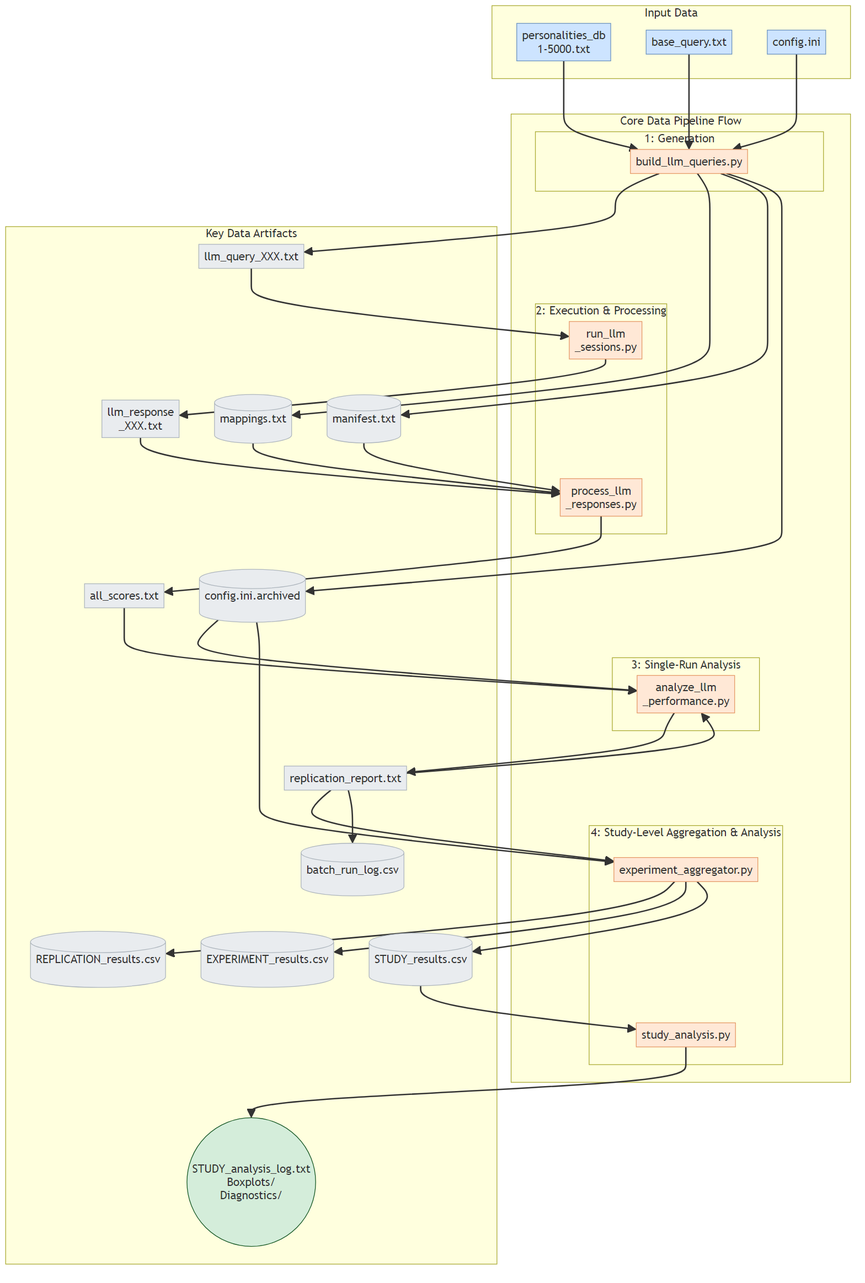
Earlier version of the Mermaid export docs/images/architecture_data_flow.png (peterjmarko/llm-narrative-framework). Its source is kept beside it as docs/diagrams/architecture_data_flow.mmd.
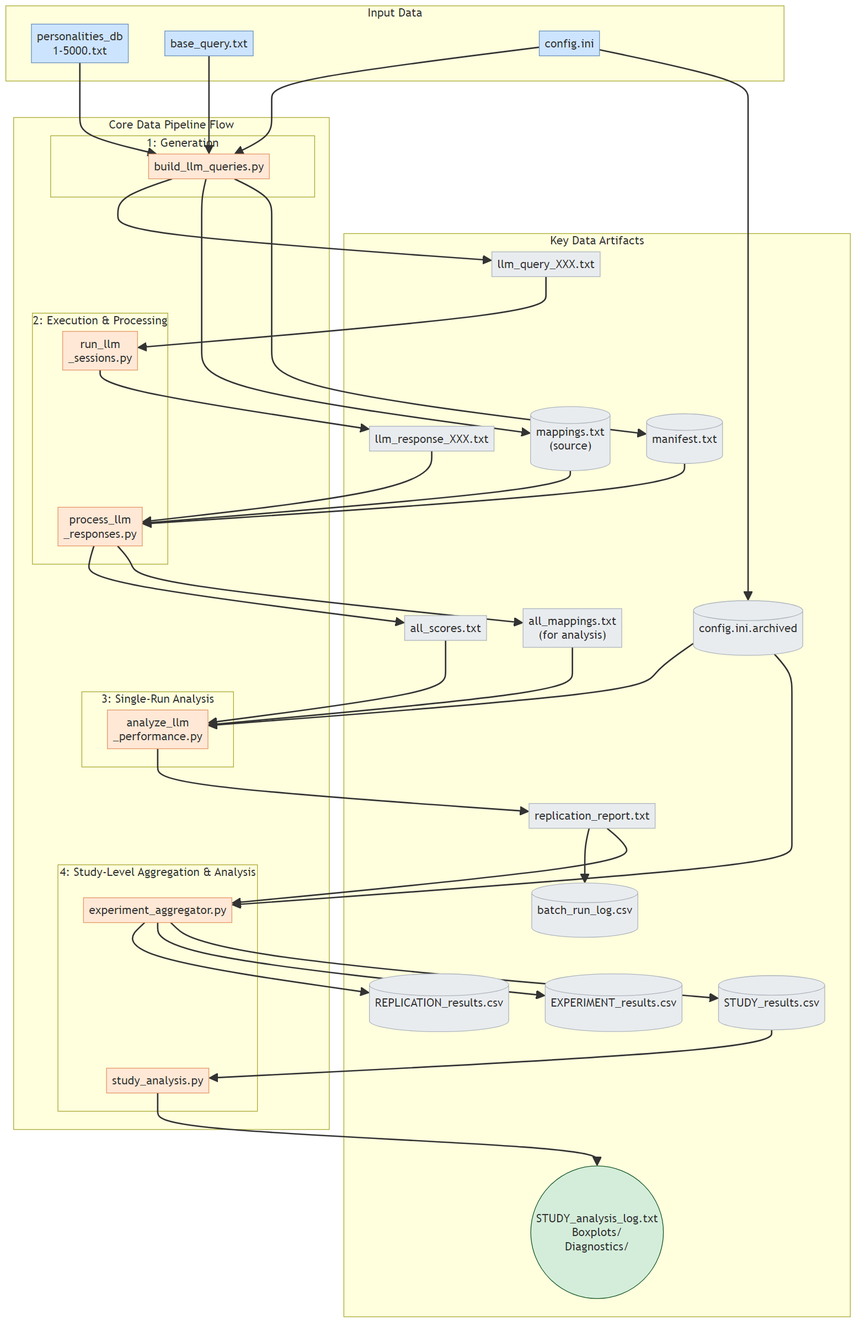
Above is the later version.

What changed in the source:
```diff
@@ -28,10 +28,11 @@
         direction LR
         Art1_archive[("config.ini.archived")]:::artifact
         Art1_query["llm_query_XXX.txt"]:::artifact
-        Art1_mappings[("mappings.txt")]:::artifact
+        Art1_mappings_src[("mappings.txt<br/>(source)")]:::artifact
         Art1_manifest[("manifest.txt")]:::artifact
-        Art2_response["llm_response<br/>_XXX.txt"]:::artifact
+        Art2_response["llm_response_XXX.txt"]:::artifact
         Art3_scores["all_scores.txt"]:::artifact
+        Art3_mappings_analysis["all_mappings.txt<br/>(for analysis)"]:::artifact
         Art4_report["replication_report.txt"]:::artifact
         BatchRunLog[("batch_run_log.csv")]:::artifact
         RepResultsCSV[("REPLICATION_results.csv")]:::artifact
@@ -41,23 +42,26 @@
     end
 
     Input_PDB & Input_Query & Input_Config --> Script1
+    Input_Config --> Art1_archive
+
     Script1 --> Art1_query
-    Script1 --> Art1_mappings
+    Script1 --> Art1_mappings_src
     Script1 --> Art1_manifest
-    Script1 --> Art1_archive
 
     Art1_query --> Script2
     Script2 --> Art2_response
-    Art2_response --> Script3
-    Art1_mappings --> Script3
-    Art1_manifest --> Script3
+
+    Art2_response & Art1_mappings_src & Art1_manifest --> Script3
     Script3 --> Art3_scores
+    Script3 --> Art3_mappings_analysis
 
-    Art3_scores & Art1_archive --> Script4
-    Art4_report --> Script4
+    Art3_scores & Art3_mappings_analysis & Art1_archive --> Script4
     Script4 --> Art4_report
 
-    Art4_report & Art1_archive --> Aggregator
+    Art4_report --> BatchRunLog
+    Art4_report --> Aggregator
+    Art1_archive --> Aggregator
+
     Aggregator --> RepResultsCSV
     Aggregator --> ExpResultsCSV
     Aggregator --> StudyResultsCSV
@@ -65,8 +69,6 @@
     StudyResultsCSV --> StudyAnalyzer
     StudyAnalyzer --> FinalOutputs
 
-    Art4_report --> BatchRunLog
-
     classDef input fill:#cde4ff,stroke:#6c93be,color:#333
     classDef script fill:#ffe8d6,stroke:#e59866,color:#333
     classDef artifact fill:#e9ecef,stroke:#adb5bd,color:#333
```
